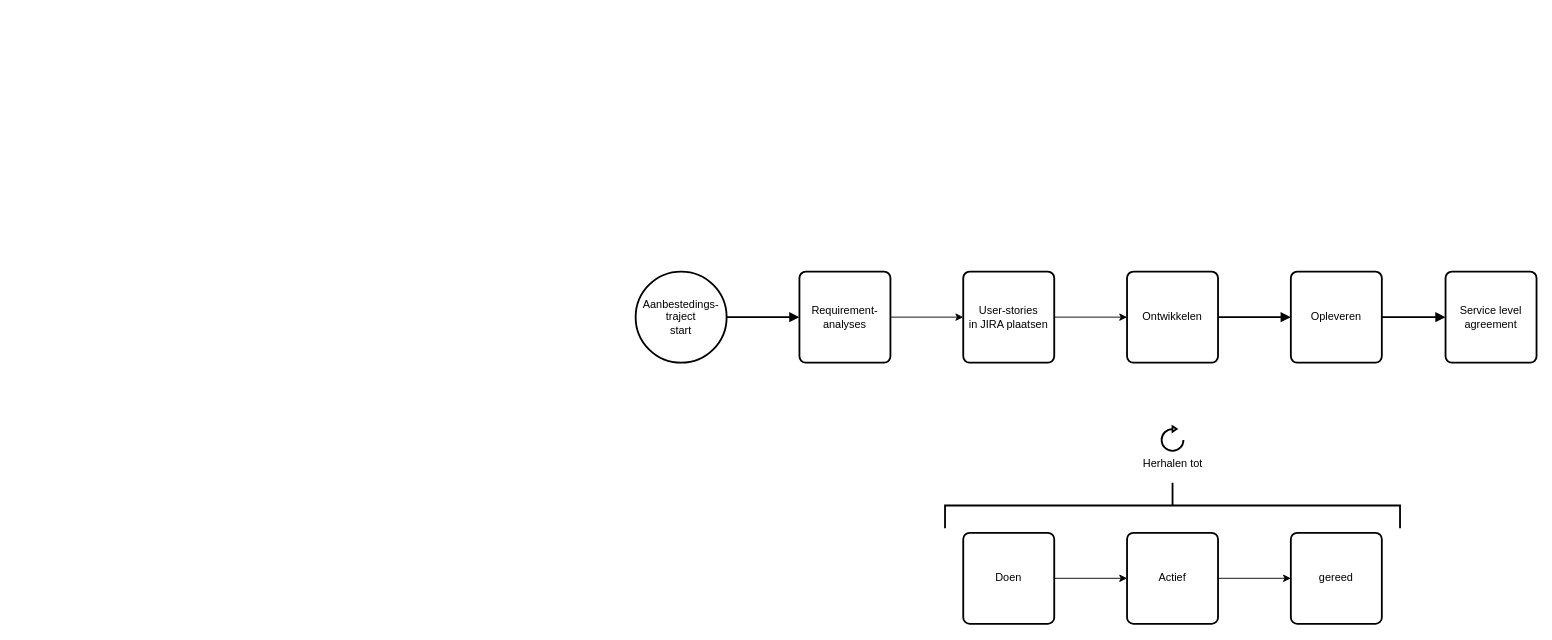
This is page "Bedrijfsprocess" (5 of 13) of cli app.drawio from luukvankooten/draw.io, a draw.io file, before an edit. Source tidied: cells renumbered, new cells numbered last; positions are measured from the earlier drawing's top-left corner, leaving out a move shared by most shapes. Both pictures are drawn from the tidied source at 91%, with x=0, y=0 at pixel (635, 271).
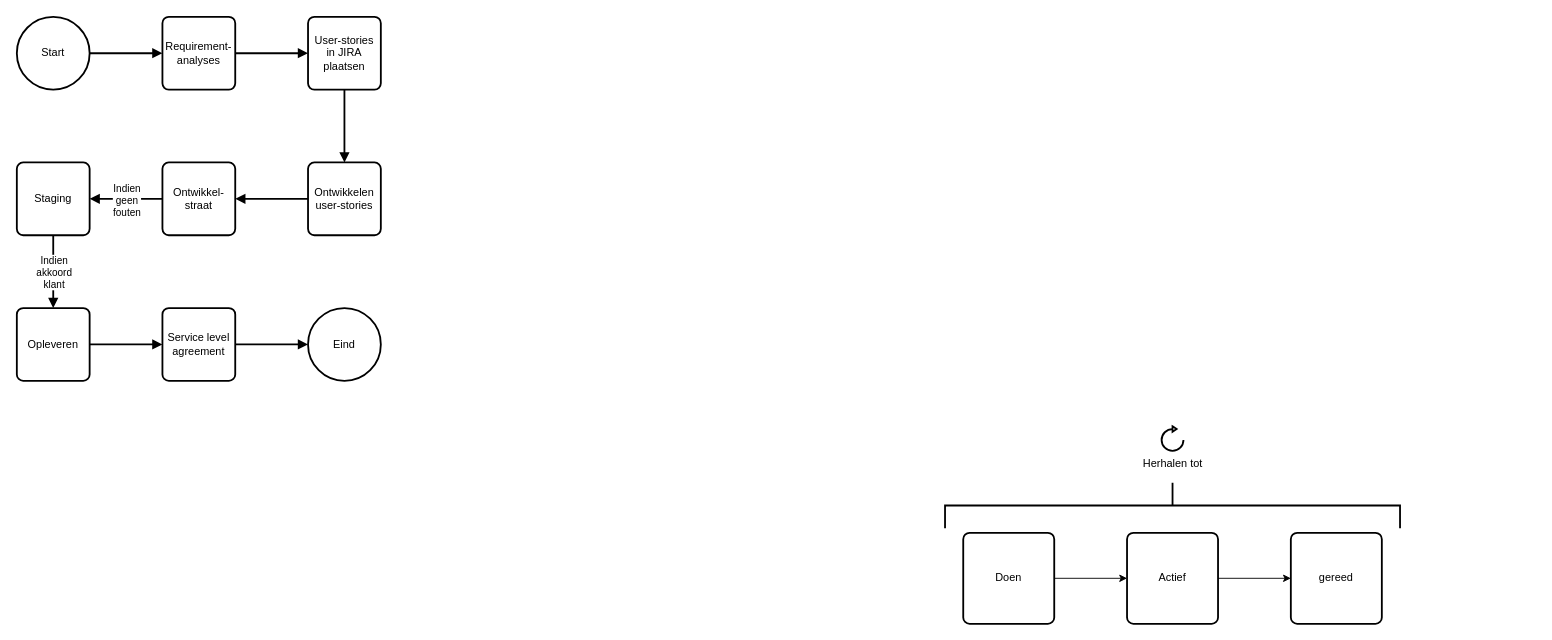
After the change.

What changed in the source:
```diff
@@
-    <mxCell id="3" value="&lt;div&gt;Aanbestedings-&lt;/div&gt;&lt;div&gt;traject&lt;/div&gt;&lt;div&gt;start&lt;br&gt;&lt;/div&gt;" style="strokeWidth=2;html=1;shape=mxgraph.flowchart.start_2;whiteSpace=wrap;" parent="1" vertex="1">
-      <mxGeometry width="100" height="100" as="geometry" />
+    <mxCell id="3" value="&lt;div&gt;Start&lt;br&gt;&lt;/div&gt;" style="strokeWidth=2;html=1;shape=mxgraph.flowchart.start_2;whiteSpace=wrap;" parent="1" vertex="1">
+      <mxGeometry x="-680" y="-280" width="80" height="80" as="geometry" />
     </mxCell>
-    <mxCell id="4" style="edgeStyle=orthogonalEdgeStyle;rounded=0;jettySize=auto;html=1;entryX=0;entryY=0.5;entryDx=0;entryDy=0;" parent="1" edge="1" source="5" target="21">
+    <mxCell id="4" style="edgeStyle=orthogonalEdgeStyle;rounded=0;jettySize=auto;html=1;entryX=0;entryY=0.5;entryDx=0;entryDy=0;strokeWidth=2;endArrow=block;endFill=1;" parent="1" edge="1" source="5" target="21">
       <mxGeometry relative="1" as="geometry" />
     </mxCell>
     <mxCell id="5" value="&lt;div&gt;Requirement-&lt;/div&gt;&lt;div&gt;analyses&lt;br&gt;&lt;/div&gt;" style="rounded=1;whiteSpace=wrap;html=1;absoluteArcSize=1;arcSize=14;strokeWidth=2;" parent="1" vertex="1">
-      <mxGeometry x="180" width="100" height="100" as="geometry" />
+      <mxGeometry x="-520" y="-280" width="80" height="80" as="geometry" />
     </mxCell>
-    <mxCell id="6" style="edgeStyle=orthogonalEdgeStyle;rounded=0;jettySize=auto;html=1;strokeWidth=2;endArrow=block;endFill=1;" parent="1" edge="1" source="7" target="18">
-      <mxGeometry relative="1" as="geometry" />
-    </mxCell>
+    <mxCell id="22" style="edgeStyle=orthogonalEdgeStyle;rounded=0;jettySize=auto;html=1;entryX=1;entryY=0.5;entryDx=0;entryDy=0;strokeWidth=2;endArrow=block;endFill=1;" parent="1" edge="1" source="7" target="26">
+      <mxGeometry relative="1" as="geometry" />
+    </mxCell>
-    <mxCell id="7" value="&lt;div&gt;Ontwikkelen&lt;/div&gt;" style="rounded=1;whiteSpace=wrap;html=1;absoluteArcSize=1;arcSize=14;strokeWidth=2;" parent="1" vertex="1">
-      <mxGeometry x="540" width="100" height="100" as="geometry" />
+    <mxCell id="7" value="&lt;div&gt;Ontwikkelen&lt;/div&gt;&lt;div&gt;user-stories&lt;br&gt;&lt;/div&gt;" style="rounded=1;whiteSpace=wrap;html=1;absoluteArcSize=1;arcSize=14;strokeWidth=2;" parent="1" vertex="1">
+      <mxGeometry x="-360" y="-120" width="80" height="80" as="geometry" />
     </mxCell>
@@
     <mxCell id="18" value="Opleveren" style="rounded=1;whiteSpace=wrap;html=1;absoluteArcSize=1;arcSize=14;strokeWidth=2;" parent="1" vertex="1">
-      <mxGeometry x="720" width="100" height="100" as="geometry" />
+      <mxGeometry x="-680" y="40" width="80" height="80" as="geometry" />
     </mxCell>
+    <mxCell id="23" style="edgeStyle=orthogonalEdgeStyle;rounded=0;jettySize=auto;html=1;strokeWidth=2;endArrow=block;endFill=1;" parent="1" edge="1" source="19" target="27">
+      <mxGeometry relative="1" as="geometry" />
+    </mxCell>
     <mxCell id="19" value="&lt;div&gt;Service level&lt;/div&gt;&lt;div&gt;agreement&lt;br&gt;&lt;/div&gt;" style="rounded=1;whiteSpace=wrap;html=1;absoluteArcSize=1;arcSize=14;strokeWidth=2;" parent="1" vertex="1">
-      <mxGeometry x="890" width="100" height="100" as="geometry" />
+      <mxGeometry x="-520" y="40" width="80" height="80" as="geometry" />
     </mxCell>
-    <mxCell id="20" style="edgeStyle=orthogonalEdgeStyle;rounded=0;jettySize=auto;html=1;entryX=0;entryY=0.5;entryDx=0;entryDy=0;" parent="1" edge="1" source="21" target="7">
+    <mxCell id="20" style="edgeStyle=orthogonalEdgeStyle;rounded=0;jettySize=auto;html=1;entryX=0.5;entryY=0;entryDx=0;entryDy=0;endArrow=block;endFill=1;strokeWidth=2;" parent="1" edge="1" source="21" target="7">
       <mxGeometry relative="1" as="geometry" />
     </mxCell>
     <mxCell id="21" value="&lt;div&gt;User-stories&lt;/div&gt;&lt;div&gt;in JIRA plaatsen&lt;br&gt;&lt;/div&gt;" style="rounded=1;whiteSpace=wrap;html=1;absoluteArcSize=1;arcSize=14;strokeWidth=2;" parent="1" vertex="1">
-      <mxGeometry x="360" width="100" height="100" as="geometry" />
+      <mxGeometry x="-360" y="-280" width="80" height="80" as="geometry" />
     </mxCell>
+    <mxCell id="24" style="edgeStyle=orthogonalEdgeStyle;rounded=0;jettySize=auto;html=1;entryX=1;entryY=0.5;entryDx=0;entryDy=0;strokeWidth=2;endArrow=block;endFill=1;" parent="1" edge="1" source="26" target="30">
+      <mxGeometry relative="1" as="geometry" />
+    </mxCell>
+    <mxCell id="25" value="&lt;div&gt;Indien&lt;/div&gt;&lt;div&gt;geen&lt;/div&gt;&lt;div&gt;fouten&lt;br&gt;&lt;/div&gt;" style="edgeLabel;html=1;align=center;verticalAlign=middle;" parent="24" vertex="1">
+      <mxGeometry x="0.01" y="1" relative="1" as="geometry" />
+    </mxCell>
+    <mxCell id="26" value="Ontwikkel-straat" style="rounded=1;whiteSpace=wrap;html=1;absoluteArcSize=1;arcSize=14;strokeWidth=2;" parent="1" vertex="1">
+      <mxGeometry x="-520" y="-120" width="80" height="80" as="geometry" />
+    </mxCell>
+    <mxCell id="27" value="Eind" style="ellipse;whiteSpace=wrap;html=1;strokeWidth=2;" parent="1" vertex="1">
+      <mxGeometry x="-360" y="40" width="80" height="80" as="geometry" />
+    </mxCell>
+    <mxCell id="28" style="edgeStyle=orthogonalEdgeStyle;rounded=0;jettySize=auto;html=1;entryX=0.5;entryY=0;entryDx=0;entryDy=0;strokeWidth=2;endArrow=block;endFill=1;" parent="1" edge="1" source="30" target="18">
+      <mxGeometry relative="1" as="geometry" />
+    </mxCell>
+    <mxCell id="29" value="&lt;div&gt;Indien&lt;/div&gt;&lt;div&gt;akkoord&lt;/div&gt;&lt;div&gt;klant&lt;br&gt;&lt;/div&gt;" style="edgeLabel;html=1;align=center;verticalAlign=middle;" parent="28" vertex="1">
+      <mxGeometry x="-0.01" y="1" relative="1" as="geometry">
+        <mxPoint x="-1" as="offset" />
+      </mxGeometry>
+    </mxCell>
+    <mxCell id="30" value="Staging" style="rounded=1;whiteSpace=wrap;html=1;absoluteArcSize=1;arcSize=14;strokeWidth=2;" parent="1" vertex="1">
+      <mxGeometry x="-680" y="-120" width="80" height="80" as="geometry" />
+    </mxCell>
```
